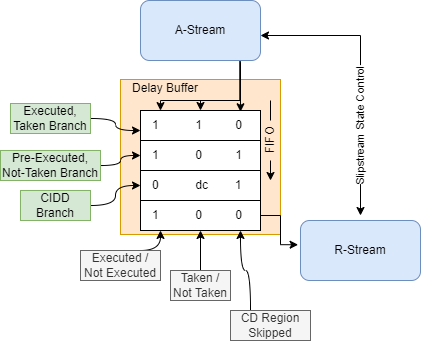
The draw.io diagram DelayBuffer.png in smdupor/diagrams.net, before a commit. Source tidied: cells renumbered, new cells last; positions are measured from the earlier drawing's top-left corner, leaving out a move shared by most shapes.
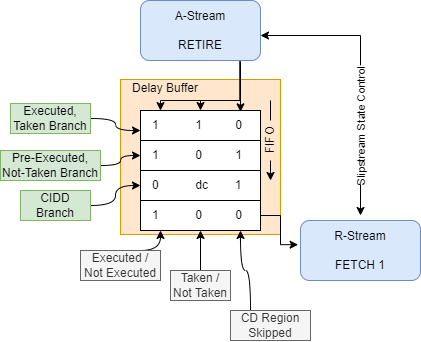
The same diagram one commit later.

What changed in the source:
```diff
@@ -43,10 +43,10 @@
         </Array>
       </mxGeometry>
     </mxCell>
-    <mxCell id="8" value="A-Stream" style="rounded=1;whiteSpace=wrap;html=1;fillColor=#dae8fc;strokeColor=#6c8ebf;" parent="1" vertex="1">
+    <mxCell id="8" value="A-Stream&lt;br&gt;&lt;br&gt;RETIRE" style="rounded=1;whiteSpace=wrap;html=1;fillColor=#dae8fc;strokeColor=#6c8ebf;" parent="1" vertex="1">
       <mxGeometry x="140" width="120" height="60" as="geometry" />
     </mxCell>
-    <mxCell id="9" value="R-Stream" style="rounded=1;whiteSpace=wrap;html=1;fillColor=#dae8fc;strokeColor=#6c8ebf;" parent="1" vertex="1">
+    <mxCell id="9" value="R-Stream&lt;br&gt;&lt;br&gt;FETCH 1" style="rounded=1;whiteSpace=wrap;html=1;fillColor=#dae8fc;strokeColor=#6c8ebf;" parent="1" vertex="1">
       <mxGeometry x="300" y="220" width="120" height="60" as="geometry" />
     </mxCell>
     <mxCell id="10" value="Delay Buffer" style="text;html=1;strokeColor=none;fillColor=none;align=center;verticalAlign=middle;whiteSpace=wrap;rounded=0;" parent="1" vertex="1">
```
